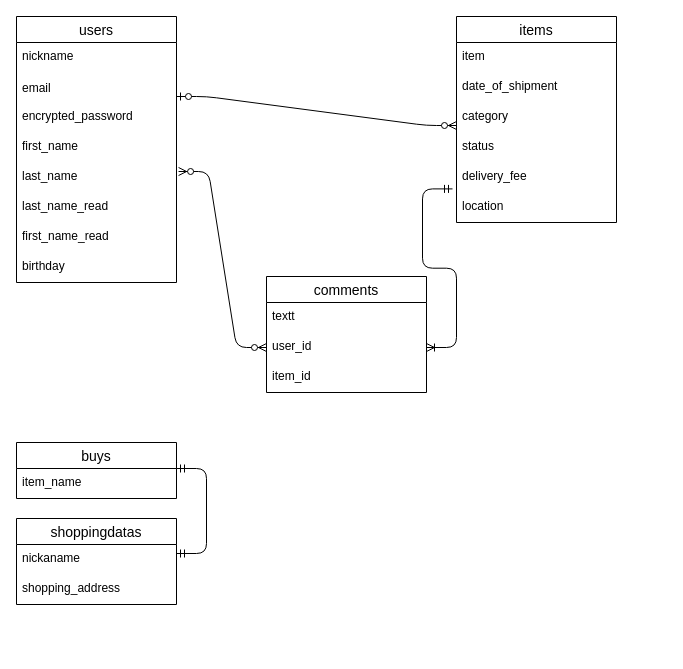
Earlier version of the draw.io diagram test.dio (tomohito0358/furima-31502). Source tidied: cells renumbered, new cells numbered last; positions are measured from the earlier drawing's top-left corner, leaving out a move shared by most shapes. Both pictures are drawn from the tidied source at 100%, with x=0, y=0 at pixel (16, 16).
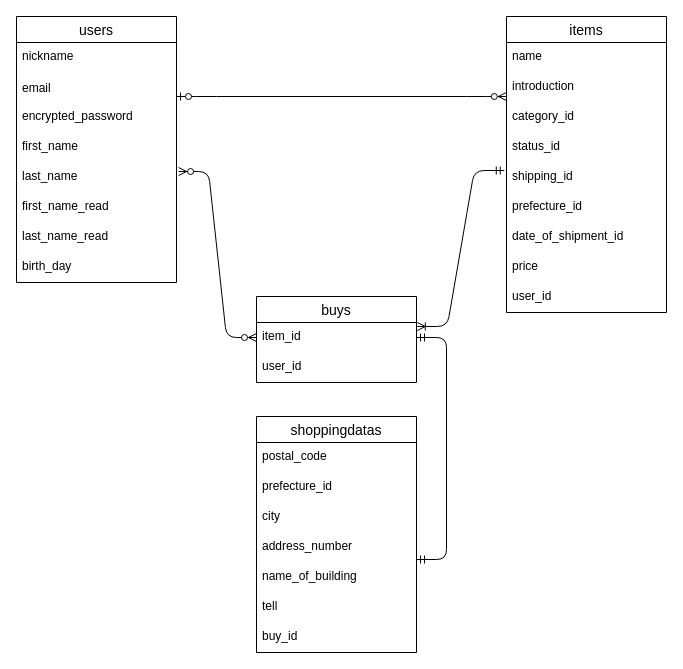
After the change.

The change refers to these unchanged cells:
```xml
<mxCell id="4" value="users" style="swimlane;fontStyle=0;horizontal=1;startSize=26;align=center;fontSize=14;" parent="1" vertex="1">
  <mxGeometry width="160" height="266" as="geometry" />
</mxCell>
<mxCell id="9" value="last_name" style="text;strokeColor=none;fillColor=none;spacingLeft=4;spacingRight=4;overflow=hidden;points=[[0,0.5],[1,0.5]];portConstraint=eastwest;fontSize=12;" parent="4" vertex="1">
  <mxGeometry y="146" width="160" height="30" as="geometry" />
</mxCell>
```

The edit, as a diff of the source:
```diff
@@
+    <mxCell id="11" value="first_name_read" style="text;strokeColor=none;fillColor=none;spacingLeft=4;spacingRight=4;overflow=hidden;fontSize=12;" parent="4" vertex="1">
+      <mxGeometry y="176" width="160" height="30" as="geometry" />
+    </mxCell>
     <mxCell id="10" value="last_name_read" style="text;strokeColor=none;fillColor=none;spacingLeft=4;spacingRight=4;overflow=hidden;fontSize=12;" parent="4" vertex="1">
-      <mxGeometry y="176" width="160" height="30" as="geometry" />
+      <mxGeometry y="206" width="160" height="30" as="geometry" />
     </mxCell>
-    <mxCell id="11" value="first_name_read" style="text;strokeColor=none;fillColor=none;spacingLeft=4;spacingRight=4;overflow=hidden;fontSize=12;" parent="4" vertex="1">
-      <mxGeometry y="206" width="160" height="30" as="geometry" />
-    </mxCell>
-    <mxCell id="12" value="birthday&#10;" style="text;strokeColor=none;fillColor=none;spacingLeft=4;spacingRight=4;overflow=hidden;fontSize=12;" parent="4" vertex="1">
+    <mxCell id="12" value="birth_day&#10;" style="text;strokeColor=none;fillColor=none;spacingLeft=4;spacingRight=4;overflow=hidden;fontSize=12;" parent="4" vertex="1">
       <mxGeometry y="236" width="160" height="30" as="geometry" />
     </mxCell>
     <mxCell id="13" value="items" style="swimlane;fontStyle=0;horizontal=1;startSize=26;align=center;fontSize=14;html=0;" parent="1" vertex="1">
-      <mxGeometry x="440" width="160" height="206" as="geometry" />
+      <mxGeometry x="490" width="160" height="296" as="geometry" />
     </mxCell>
-    <mxCell id="14" value="item" style="text;strokeColor=none;fillColor=none;spacingLeft=4;spacingRight=4;overflow=hidden;fontSize=12;" parent="13" vertex="1">
+    <mxCell id="14" value="name" style="text;strokeColor=none;fillColor=none;spacingLeft=4;spacingRight=4;overflow=hidden;fontSize=12;" parent="13" vertex="1">
       <mxGeometry y="26" width="160" height="30" as="geometry" />
     </mxCell>
-    <mxCell id="15" value="date_of_shipment" style="text;strokeColor=none;fillColor=none;spacingLeft=4;spacingRight=4;overflow=hidden;points=[[0,0.5],[1,0.5]];portConstraint=eastwest;fontSize=12;" parent="13" vertex="1">
+    <mxCell id="15" value="introduction" style="text;strokeColor=none;fillColor=none;spacingLeft=4;spacingRight=4;overflow=hidden;points=[[0,0.5],[1,0.5]];portConstraint=eastwest;fontSize=12;" parent="13" vertex="1">
       <mxGeometry y="56" width="160" height="30" as="geometry" />
     </mxCell>
-    <mxCell id="16" value="category" style="text;strokeColor=none;fillColor=none;spacingLeft=4;spacingRight=4;overflow=hidden;points=[[0,0.5],[1,0.5]];portConstraint=eastwest;fontSize=12;" parent="13" vertex="1">
+    <mxCell id="16" value="category_id " style="text;strokeColor=none;fillColor=none;spacingLeft=4;spacingRight=4;overflow=hidden;points=[[0,0.5],[1,0.5]];portConstraint=eastwest;fontSize=12;" parent="13" vertex="1">
       <mxGeometry y="86" width="160" height="30" as="geometry" />
     </mxCell>
+    <mxCell id="33" value="status_id" style="text;strokeColor=none;fillColor=none;spacingLeft=4;spacingRight=4;overflow=hidden;fontSize=12;" parent="13" vertex="1">
+      <mxGeometry y="116" width="160" height="30" as="geometry" />
+    </mxCell>
+    <mxCell id="34" value="shipping_id " style="text;strokeColor=none;fillColor=none;spacingLeft=4;spacingRight=4;overflow=hidden;points=[[0,0.5],[1,0.5]];portConstraint=eastwest;fontSize=12;" parent="13" vertex="1">
+      <mxGeometry y="146" width="160" height="30" as="geometry" />
+    </mxCell>
-    <mxCell id="17" value="status" style="text;strokeColor=none;fillColor=none;spacingLeft=4;spacingRight=4;overflow=hidden;fontSize=12;" parent="13" vertex="1">
-      <mxGeometry y="116" width="160" height="30" as="geometry" />
+    <mxCell id="17" value="prefecture_id " style="text;strokeColor=none;fillColor=none;spacingLeft=4;spacingRight=4;overflow=hidden;fontSize=12;" parent="13" vertex="1">
+      <mxGeometry y="176" width="160" height="30" as="geometry" />
     </mxCell>
+    <mxCell id="35" value="date_of_shipment_id" style="text;strokeColor=none;fillColor=none;spacingLeft=4;spacingRight=4;overflow=hidden;fontSize=12;" parent="13" vertex="1">
+      <mxGeometry y="206" width="160" height="30" as="geometry" />
+    </mxCell>
-    <mxCell id="18" value="delivery_fee" style="text;strokeColor=none;fillColor=none;spacingLeft=4;spacingRight=4;overflow=hidden;fontSize=12;" parent="13" vertex="1">
-      <mxGeometry y="146" width="160" height="30" as="geometry" />
+    <mxCell id="18" value="price" style="text;strokeColor=none;fillColor=none;spacingLeft=4;spacingRight=4;overflow=hidden;fontSize=12;" parent="13" vertex="1">
+      <mxGeometry y="236" width="160" height="30" as="geometry" />
     </mxCell>
-    <mxCell id="19" value="location" style="text;strokeColor=none;fillColor=none;spacingLeft=4;spacingRight=4;overflow=hidden;points=[[0,0.5],[1,0.5]];portConstraint=eastwest;fontSize=12;" parent="13" vertex="1">
-      <mxGeometry y="176" width="160" height="30" as="geometry" />
+    <mxCell id="19" value="user_id" style="text;strokeColor=none;fillColor=none;spacingLeft=4;spacingRight=4;overflow=hidden;points=[[0,0.5],[1,0.5]];portConstraint=eastwest;fontSize=12;" parent="13" vertex="1">
+      <mxGeometry y="266" width="160" height="30" as="geometry" />
     </mxCell>
-    <mxCell id="20" value="comments" style="swimlane;fontStyle=0;horizontal=1;startSize=26;align=center;fontSize=14;html=0;" parent="1" vertex="1">
-      <mxGeometry x="250" y="260" width="160" height="116" as="geometry" />
-    </mxCell>
-    <mxCell id="21" value="textt" style="text;strokeColor=none;fillColor=none;spacingLeft=4;spacingRight=4;overflow=hidden;fontSize=12;" parent="20" vertex="1">
-      <mxGeometry y="26" width="160" height="30" as="geometry" />
-    </mxCell>
-    <mxCell id="22" value="user_id" style="text;strokeColor=none;fillColor=none;spacingLeft=4;spacingRight=4;overflow=hidden;points=[[0,0.5],[1,0.5]];portConstraint=eastwest;fontSize=12;" parent="20" vertex="1">
-      <mxGeometry y="56" width="160" height="30" as="geometry" />
-    </mxCell>
-    <mxCell id="23" value="item_id" style="text;strokeColor=none;fillColor=none;spacingLeft=4;spacingRight=4;overflow=hidden;fontSize=12;" parent="20" vertex="1">
-      <mxGeometry y="86" width="160" height="30" as="geometry" />
-    </mxCell>
     <mxCell id="24" value="shoppingdatas" style="swimlane;fontStyle=0;horizontal=1;startSize=26;align=center;fontSize=14;html=0;" parent="1" vertex="1">
-      <mxGeometry y="502" width="160" height="86" as="geometry" />
+      <mxGeometry x="240" y="400" width="160" height="236" as="geometry" />
     </mxCell>
-    <mxCell id="25" value="nickaname" style="text;strokeColor=none;fillColor=none;spacingLeft=4;spacingRight=4;overflow=hidden;fontSize=12;" parent="24" vertex="1">
-      <mxGeometry y="26" width="160" height="30" as="geometry" />
-    </mxCell>
-    <mxCell id="26" value="shopping_address" style="text;strokeColor=none;fillColor=none;spacingLeft=4;spacingRight=4;overflow=hidden;fontSize=12;" parent="24" vertex="1">
-      <mxGeometry y="56" width="160" height="30" as="geometry" />
-    </mxCell>
+    <mxCell id="36" value="postal_code" style="text;strokeColor=none;fillColor=none;spacingLeft=4;spacingRight=4;overflow=hidden;fontSize=12;" parent="24" vertex="1">
+      <mxGeometry y="26" width="160" height="30" as="geometry" />
+    </mxCell>
+    <mxCell id="37" value="prefecture_id" style="text;strokeColor=none;fillColor=none;spacingLeft=4;spacingRight=4;overflow=hidden;fontSize=12;" parent="24" vertex="1">
+      <mxGeometry y="56" width="160" height="30" as="geometry" />
+    </mxCell>
+    <mxCell id="38" value="city" style="text;strokeColor=none;fillColor=none;spacingLeft=4;spacingRight=4;overflow=hidden;fontSize=12;" parent="24" vertex="1">
+      <mxGeometry y="86" width="160" height="30" as="geometry" />
+    </mxCell>
+    <mxCell id="39" value="address_number " style="text;strokeColor=none;fillColor=none;spacingLeft=4;spacingRight=4;overflow=hidden;fontSize=12;" parent="24" vertex="1">
+      <mxGeometry y="116" width="160" height="30" as="geometry" />
+    </mxCell>
+    <mxCell id="40" value="name_of_building" style="text;strokeColor=none;fillColor=none;spacingLeft=4;spacingRight=4;overflow=hidden;fontSize=12;" parent="24" vertex="1">
+      <mxGeometry y="146" width="160" height="30" as="geometry" />
+    </mxCell>
+    <mxCell id="41" value="tell  " style="text;strokeColor=none;fillColor=none;spacingLeft=4;spacingRight=4;overflow=hidden;fontSize=12;" parent="24" vertex="1">
+      <mxGeometry y="176" width="160" height="30" as="geometry" />
+    </mxCell>
+    <mxCell id="42" value="buy_id" style="text;strokeColor=none;fillColor=none;spacingLeft=4;spacingRight=4;overflow=hidden;fontSize=12;" parent="24" vertex="1">
+      <mxGeometry y="206" width="160" height="30" as="geometry" />
+    </mxCell>
-    <mxCell id="27" style="edgeStyle=entityRelationEdgeStyle;fontSize=12;html=1;endArrow=ERzeroToMany;startArrow=ERzeroToOne;entryX=0;entryY=0.767;entryDx=0;entryDy=0;entryPerimeter=0;" parent="1" edge="1" target="16">
+    <mxCell id="27" style="edgeStyle=entityRelationEdgeStyle;fontSize=12;html=1;endArrow=ERzeroToMany;startArrow=ERzeroToOne;entryX=-0.001;entryY=0.8;entryDx=0;entryDy=0;entryPerimeter=0;" parent="1" edge="1" target="15">
       <mxGeometry relative="1" as="geometry">
         <mxPoint x="160" y="80" as="sourcePoint" />
       </mxGeometry>
     </mxCell>
-    <mxCell id="28" style="edgeStyle=entityRelationEdgeStyle;fontSize=12;html=1;endArrow=ERzeroToMany;endFill=1;startArrow=ERzeroToMany;exitX=0;exitY=0.5;exitDx=0;exitDy=0;entryX=1.013;entryY=0.3;entryDx=0;entryDy=0;entryPerimeter=0;" parent="1" edge="1" source="22" target="9">
+    <mxCell id="28" style="edgeStyle=entityRelationEdgeStyle;fontSize=12;html=1;endArrow=ERzeroToMany;endFill=1;startArrow=ERzeroToMany;entryX=1.013;entryY=0.3;entryDx=0;entryDy=0;entryPerimeter=0;" parent="1" edge="1" source="31" target="9">
       <mxGeometry relative="1" as="geometry" />
     </mxCell>
-    <mxCell id="29" style="edgeStyle=entityRelationEdgeStyle;fontSize=12;html=1;endArrow=ERoneToMany;startArrow=ERmandOne;entryX=1;entryY=0.5;entryDx=0;entryDy=0;exitX=-0.025;exitY=-0.12;exitDx=0;exitDy=0;exitPerimeter=0;" parent="1" edge="1" source="19" target="22">
+    <mxCell id="29" style="edgeStyle=entityRelationEdgeStyle;fontSize=12;html=1;endArrow=ERoneToMany;startArrow=ERmandOne;entryX=1.005;entryY=0.133;entryDx=0;entryDy=0;entryPerimeter=0;exitX=-0.014;exitY=0.267;exitDx=0;exitDy=0;exitPerimeter=0;" parent="1" edge="1" source="34" target="31">
       <mxGeometry relative="1" as="geometry" />
     </mxCell>
     <mxCell id="30" value="buys" style="swimlane;fontStyle=0;horizontal=1;startSize=26;align=center;fontSize=14;html=0;" parent="1" vertex="1">
-      <mxGeometry y="426" width="160" height="56" as="geometry" />
+      <mxGeometry x="240" y="280" width="160" height="86" as="geometry" />
     </mxCell>
-    <mxCell id="31" value="item_name" style="text;strokeColor=none;fillColor=none;spacingLeft=4;spacingRight=4;overflow=hidden;points=[[0,0.5],[1,0.5]];portConstraint=eastwest;fontSize=12;" parent="30" vertex="1">
+    <mxCell id="31" value="item_id" style="text;strokeColor=none;fillColor=none;spacingLeft=4;spacingRight=4;overflow=hidden;points=[[0,0.5],[1,0.5]];portConstraint=eastwest;fontSize=12;" parent="30" vertex="1">
       <mxGeometry y="26" width="160" height="30" as="geometry" />
     </mxCell>
+    <mxCell id="22" value="user_id" style="text;strokeColor=none;fillColor=none;spacingLeft=4;spacingRight=4;overflow=hidden;points=[[0,0.5],[1,0.5]];portConstraint=eastwest;fontSize=12;" parent="30" vertex="1">
+      <mxGeometry y="56" width="160" height="30" as="geometry" />
+    </mxCell>
-    <mxCell id="32" style="edgeStyle=entityRelationEdgeStyle;fontSize=12;html=1;endArrow=ERmandOne;startArrow=ERmandOne;exitX=1;exitY=0.5;exitDx=0;exitDy=0;entryX=1;entryY=0;entryDx=0;entryDy=0;entryPerimeter=0;" parent="1" edge="1" target="31">
+    <mxCell id="32" style="edgeStyle=entityRelationEdgeStyle;fontSize=12;html=1;endArrow=ERmandOne;startArrow=ERmandOne;exitX=1;exitY=0.5;exitDx=0;exitDy=0;" parent="1" edge="1" target="31">
       <mxGeometry relative="1" as="geometry">
-        <mxPoint x="160" y="537" as="sourcePoint" />
+        <mxPoint x="400" y="543" as="sourcePoint" />
       </mxGeometry>
     </mxCell>
```
